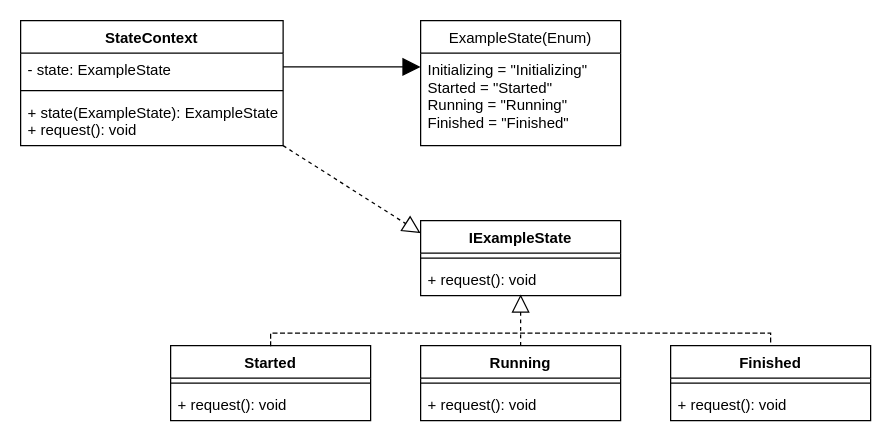
Kazantip94/Patern keeps this draw.io diagram as Behavioral/State/state.drawio. Above is the earlier version. Source tidied: cells renumbered, new cells numbered last; positions are measured from the earlier drawing's top-left corner, leaving out a move shared by most shapes. Both pictures are drawn from the tidied source at 125%, with x=0, y=0 at pixel (20, 20).
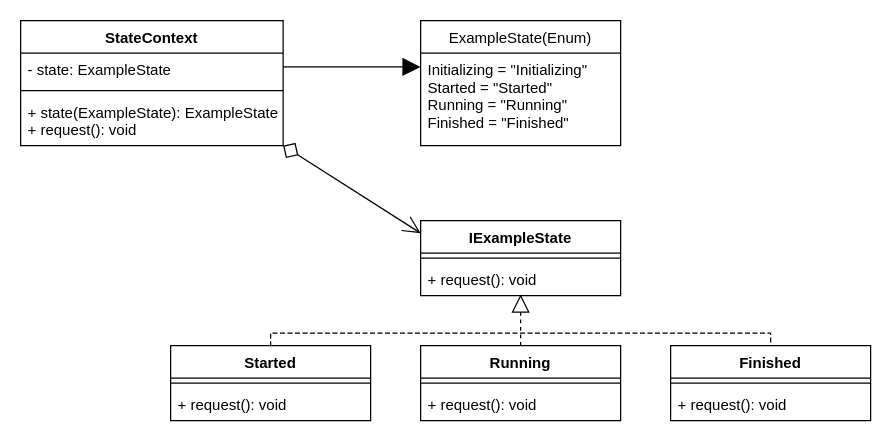
The same diagram, later.

Commit message (it also covers changes not shown here):
fix state pattern

What changed in the source:
```diff
@@
-    <mxCell id="22" style="html=1;verticalAlign=bottom;startArrow=none;startFill=0;endArrow=block;startSize=6;endSize=12;dashed=1;strokeWidth=1;endFill=0;" parent="1" edge="1">
+    <mxCell id="22" style="html=1;verticalAlign=bottom;startArrow=diamond;startFill=0;endArrow=open;startSize=12;endSize=12;strokeWidth=1;endFill=0;" parent="1" edge="1">
       <mxGeometry relative="1" as="geometry">
         <mxPoint x="210" y="100" as="sourcePoint" />
         <mxPoint x="320" y="170" as="targetPoint" />
       </mxGeometry>
     </mxCell>
```
